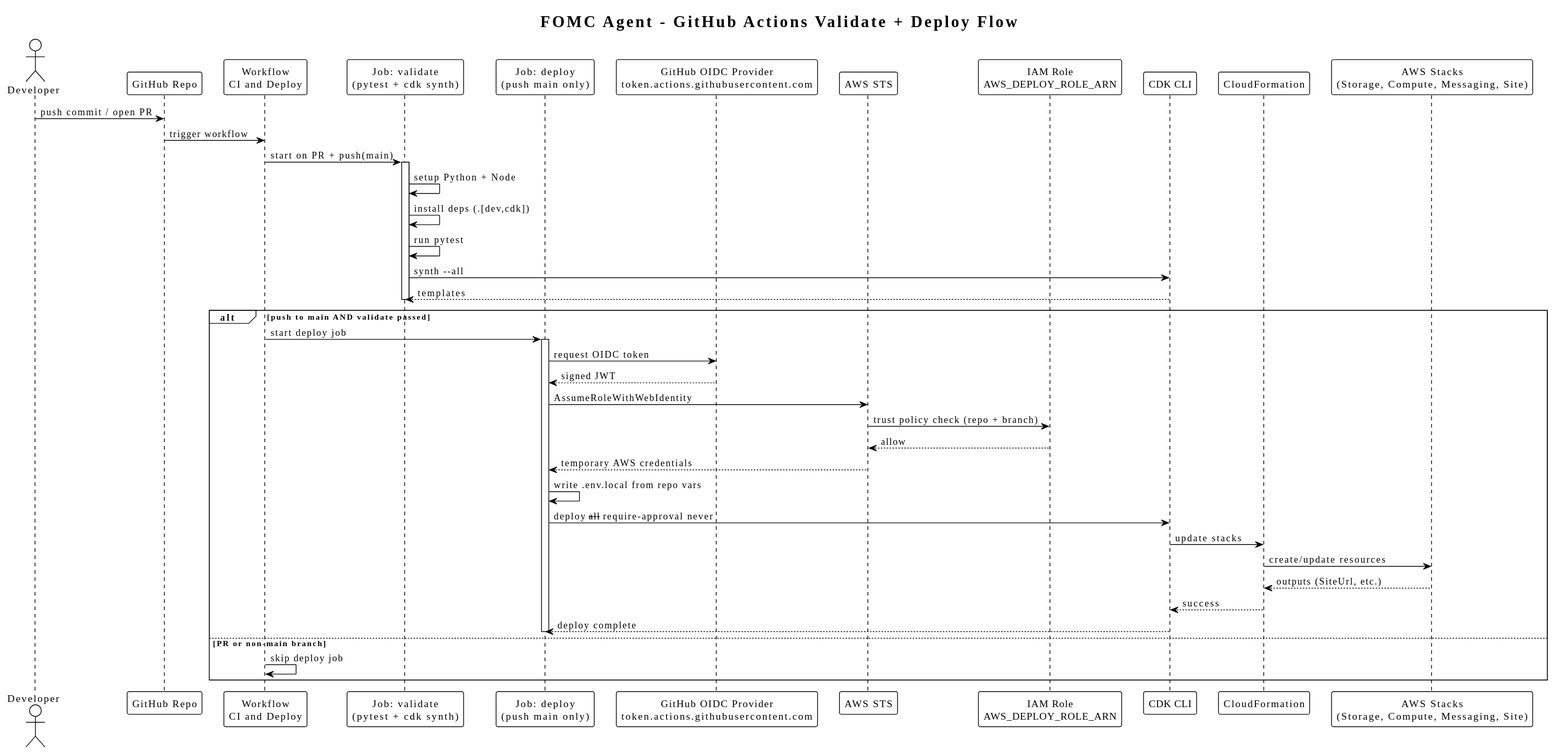
TechR10n/fomc-agent keeps this PlantUML diagram as site/diagrams/github-actions-deploy-sequence.svg. Above is the earlier version.
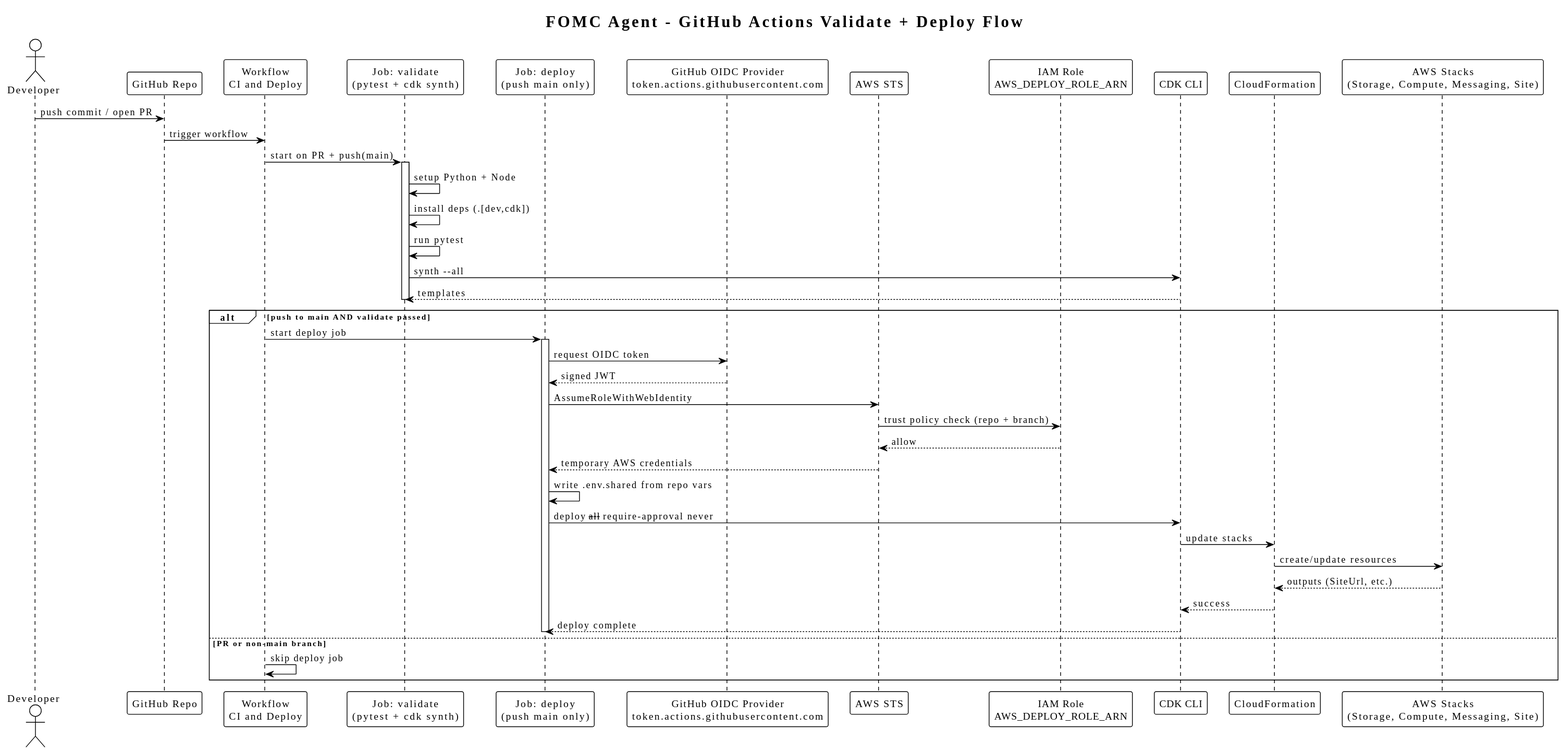
Later version of the same file.

The edit, as a diff of the source:
```diff
@@ -37,7 +37,7 @@
   STS -> Role : trust policy check (repo + branch)
   Role --> STS : allow
   STS --> Deploy : temporary AWS credentials
-  Deploy -> Deploy : write .env.local from repo vars
+  Deploy -> Deploy : write .env.shared from repo vars
   Deploy -> CDK : deploy --all --require-approval never
   CDK -> CFN : update stacks
   CFN -> Stacks : create/update resources
```
